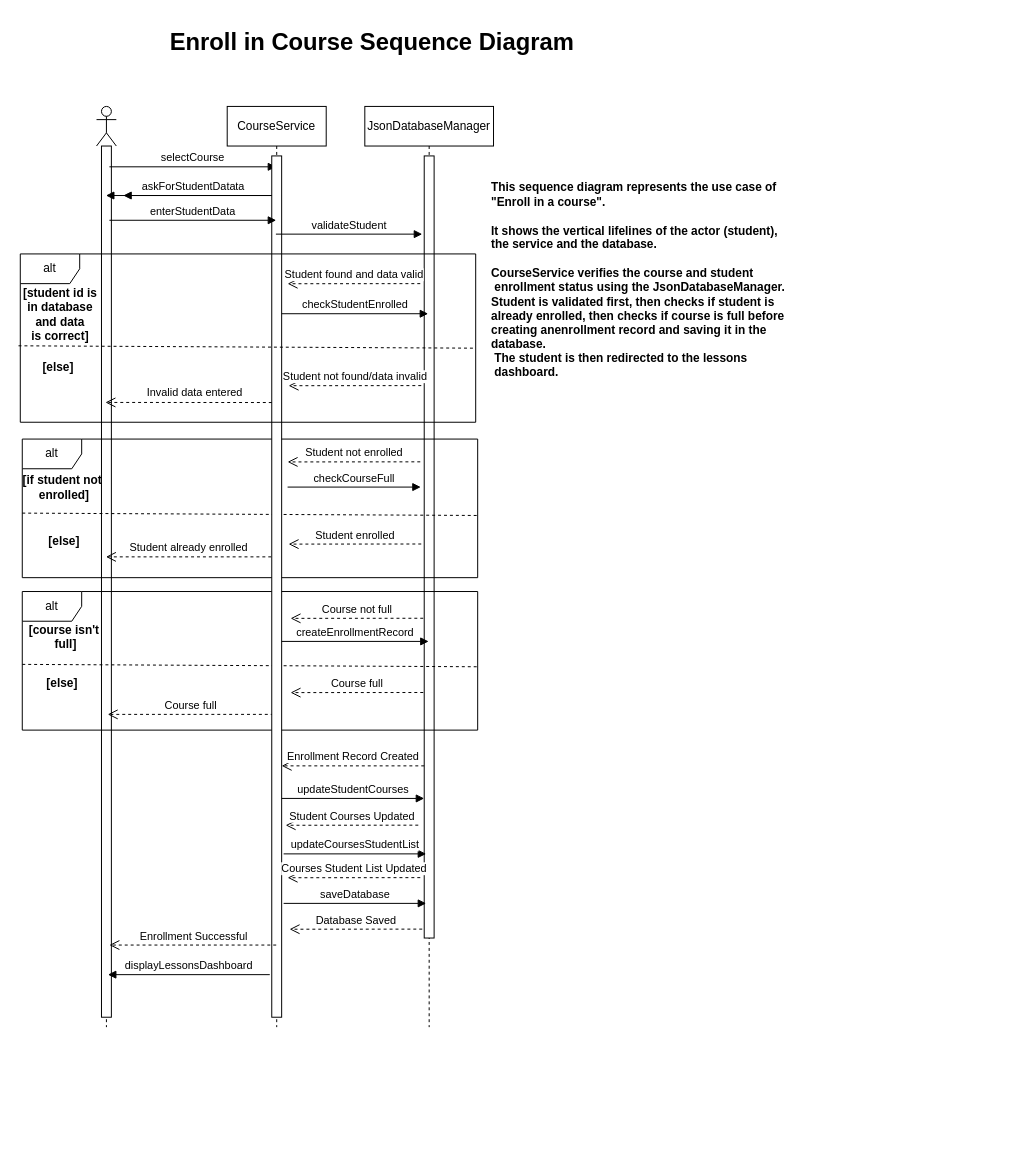
Before: sequenceDiagram.drawio in catray05/prog2_lab6, a draw.io diagram. Source tidied: cells renumbered, new cells numbered last; positions are measured from the earlier drawing's top-left corner, leaving out a move shared by most shapes. Both pictures are drawn from the tidied source at 99%, with x=0, y=0 at pixel (18, 17).
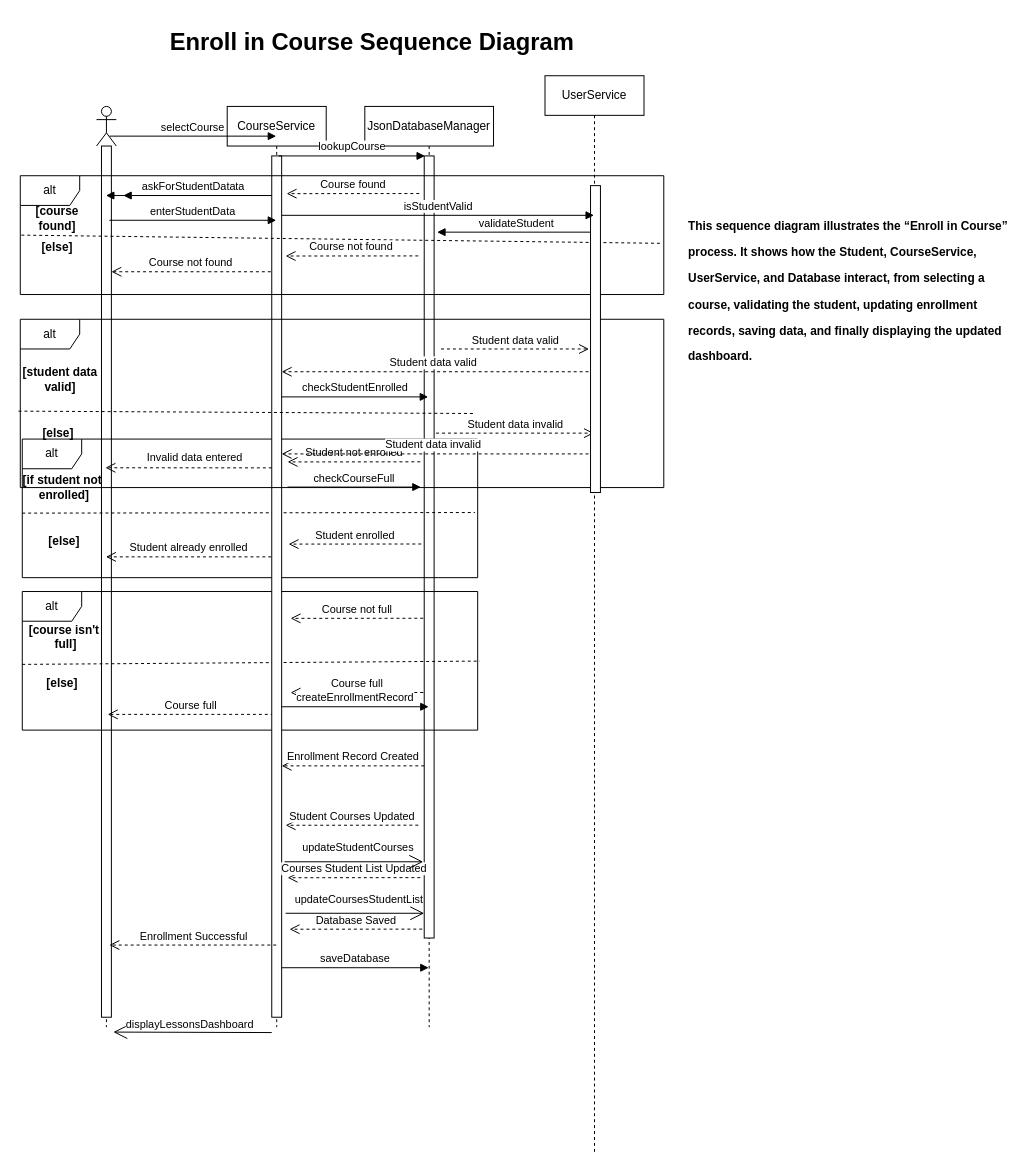
Above is the later version.

Unchanged cells that the change refers to:
```xml
<mxCell id="4" value="CourseService" style="shape=umlLifeline;perimeter=lifelinePerimeter;whiteSpace=wrap;html=1;outlineConnect=0;portConstraint=eastwest;newEdgeStyle={&quot;curved&quot;:0,&quot;rounded&quot;:0};" parent="1" vertex="1">
  <mxGeometry x="211" y="90" width="100" height="930" as="geometry" />
</mxCell>
<mxCell id="10" value="alt" style="shape=umlFrame;whiteSpace=wrap;html=1;" parent="1" vertex="1">
  <mxGeometry x="4" y="580" width="460" height="140" as="geometry" />
</mxCell>
<mxCell id="15" value="alt" style="shape=umlFrame;whiteSpace=wrap;html=1;" parent="1" vertex="1">
  <mxGeometry x="4" y="426" width="460" height="140" as="geometry" />
</mxCell>
<mxCell id="22" style="html=1;points=[[0,0,0,0,5],[0,1,0,0,-5],[1,0,0,0,5],[1,1,0,0,-5]];perimeter=orthogonalPerimeter;outlineConnect=0;targetShapes=umlLifeline;portConstraint=eastwest;newEdgeStyle={&quot;curved&quot;:0,&quot;rounded&quot;:0};" parent="1" vertex="1">
  <mxGeometry x="256" y="140" width="10" height="870" as="geometry" />
</mxCell>
```

What changed in the source:
```diff
@@
-    <mxCell id="7" value="selectCourse" style="html=1;verticalAlign=bottom;endArrow=block;curved=0;rounded=0;" parent="1" edge="1" target="4">
+    <mxCell id="7" value="selectCourse" style="html=1;verticalAlign=bottom;endArrow=block;curved=0;rounded=0;" parent="1" edge="1">
       <mxGeometry relative="1" as="geometry">
-        <mxPoint x="92" y="151" as="sourcePoint" />
+        <mxPoint x="92" y="120" as="sourcePoint" />
+        <mxPoint x="260.5" y="120" as="targetPoint" />
       </mxGeometry>
     </mxCell>
@@
-    <mxCell id="11" style="endArrow=none;dashed=1;html=1;rounded=0;exitX=0;exitY=0.483;exitDx=0;exitDy=0;exitPerimeter=0;entryX=1.004;entryY=0.5;entryDx=0;entryDy=0;entryPerimeter=0;" parent="1" edge="1">
+    <mxCell id="11" style="endArrow=none;dashed=1;html=1;rounded=0;exitX=0;exitY=0.483;exitDx=0;exitDy=0;exitPerimeter=0;entryX=1.005;entryY=0.502;entryDx=0;entryDy=0;entryPerimeter=0;" parent="1" edge="1" target="10">
       <mxGeometry relative="1" as="geometry">
         <mxPoint x="4" y="653.6" as="sourcePoint" />
-        <mxPoint x="465.8" y="656" as="targetPoint" />
       </mxGeometry>
     </mxCell>
@@
-    <mxCell id="16" style="endArrow=none;dashed=1;html=1;rounded=0;exitX=0;exitY=0.483;exitDx=0;exitDy=0;exitPerimeter=0;entryX=1.004;entryY=0.5;entryDx=0;entryDy=0;entryPerimeter=0;" parent="1" edge="1">
+    <mxCell id="16" style="endArrow=none;dashed=1;html=1;rounded=0;exitX=0;exitY=0.483;exitDx=0;exitDy=0;exitPerimeter=0;entryX=0.994;entryY=0.53;entryDx=0;entryDy=0;entryPerimeter=0;" parent="1" edge="1" target="15">
       <mxGeometry relative="1" as="geometry">
         <mxPoint x="4" y="500.8" as="sourcePoint" />
-        <mxPoint x="465.8" y="503.2" as="targetPoint" />
       </mxGeometry>
     </mxCell>
@@
-    <mxCell id="25" value="updateStudentCourses" style="html=1;verticalAlign=bottom;endArrow=block;curved=0;rounded=0;" parent="1" edge="1">
-      <mxGeometry relative="1" as="geometry">
-        <mxPoint x="266" y="789" as="sourcePoint" />
-        <mxPoint x="410" y="789" as="targetPoint" />
-      </mxGeometry>
-    </mxCell>
@@
-    <mxCell id="27" value="updateCoursesStudentList" style="html=1;verticalAlign=bottom;endArrow=block;curved=0;rounded=0;" parent="1" edge="1">
-      <mxGeometry relative="1" as="geometry">
-        <mxPoint x="268" y="845" as="sourcePoint" />
-        <mxPoint x="412" y="845" as="targetPoint" />
-      </mxGeometry>
-    </mxCell>
@@
-    <mxCell id="31" value="displayLessonsDashboard" style="html=1;verticalAlign=bottom;endArrow=block;curved=0;rounded=0;" parent="1" edge="1">
-      <mxGeometry relative="1" as="geometry">
-        <mxPoint x="254" y="967" as="sourcePoint" />
-        <mxPoint x="90.5" y="967" as="targetPoint" />
-      </mxGeometry>
-    </mxCell>
-    <mxCell id="32" value="saveDatabase" style="html=1;verticalAlign=bottom;endArrow=block;curved=0;rounded=0;" parent="1" edge="1">
-      <mxGeometry relative="1" as="geometry">
-        <mxPoint x="268" y="895" as="sourcePoint" />
-        <mxPoint x="412" y="895" as="targetPoint" />
-      </mxGeometry>
-    </mxCell>
@@
-    <mxCell id="34" value="This sequence diagram represents the use case of&lt;br&gt;&quot;Enroll in a course&quot;.&lt;div&gt;&lt;br&gt;&lt;/div&gt;&lt;div&gt;It shows the vertical lifelines of the actor (student),&amp;nbsp;&lt;br&gt;the service and the database.&lt;/div&gt;&lt;div&gt;&lt;br&gt;&lt;/div&gt;&lt;div&gt;CourseService verifies the course and student&lt;/div&gt;&lt;div&gt;&amp;nbsp;enrollment status using the JsonDatabaseManager.&lt;/div&gt;&lt;div&gt;&lt;span style=&quot;background-color: transparent; color: light-dark(rgb(0, 0, 0), rgb(255, 255, 255));&quot;&gt;Student is validated first, then checks if student is&lt;/span&gt;&lt;/div&gt;&lt;div&gt;&lt;span style=&quot;background-color: transparent; color: light-dark(rgb(0, 0, 0), rgb(255, 255, 255));&quot;&gt;already enrolled, then checks if course is full before&amp;nbsp;&lt;/span&gt;&lt;/div&gt;&lt;div&gt;&lt;span style=&quot;background-color: transparent; color: light-dark(rgb(0, 0, 0), rgb(255, 255, 255));&quot;&gt;creating anenrollment record and saving it in the&amp;nbsp;&lt;/span&gt;&lt;/div&gt;&lt;div&gt;&lt;span style=&quot;background-color: transparent; color: light-dark(rgb(0, 0, 0), rgb(255, 255, 255));&quot;&gt;database.&lt;/span&gt;&lt;/div&gt;&lt;div&gt;&amp;nbsp;The student is then redirected to the lessons&lt;/div&gt;&lt;div&gt;&amp;nbsp;dashboard.&lt;br&gt;&lt;br&gt;&lt;br&gt;&lt;/div&gt;" style="text;align=left;fontStyle=1;verticalAlign=middle;spacingLeft=3;spacingRight=3;strokeColor=none;html=1;" parent="1" vertex="1">
-      <mxGeometry x="473" y="150" width="329" height="260" as="geometry" />
+    <mxCell id="34" value="&lt;p&gt;This sequence diagram illustrates the &lt;strong&gt;“Enroll in Course”&lt;/strong&gt;&lt;/p&gt;&lt;p&gt;&lt;span style=&quot;background-color: transparent; color: light-dark(rgb(0, 0, 0), rgb(255, 255, 255));&quot;&gt;process. It shows how the &lt;/span&gt;&lt;strong style=&quot;background-color: transparent; color: light-dark(rgb(0, 0, 0), rgb(255, 255, 255));&quot;&gt;Student&lt;/strong&gt;&lt;span style=&quot;background-color: transparent; color: light-dark(rgb(0, 0, 0), rgb(255, 255, 255));&quot;&gt;, &lt;/span&gt;&lt;strong style=&quot;background-color: transparent; color: light-dark(rgb(0, 0, 0), rgb(255, 255, 255));&quot;&gt;CourseService&lt;/strong&gt;&lt;span style=&quot;background-color: transparent; color: light-dark(rgb(0, 0, 0), rgb(255, 255, 255));&quot;&gt;,&amp;nbsp;&lt;/span&gt;&lt;/p&gt;&lt;p&gt;&lt;strong style=&quot;background-color: transparent; color: light-dark(rgb(0, 0, 0), rgb(255, 255, 255));&quot;&gt;UserService&lt;/strong&gt;&lt;span style=&quot;background-color: transparent; color: light-dark(rgb(0, 0, 0), rgb(255, 255, 255));&quot;&gt;, and &lt;/span&gt;&lt;strong style=&quot;background-color: transparent; color: light-dark(rgb(0, 0, 0), rgb(255, 255, 255));&quot;&gt;Database&lt;/strong&gt;&lt;span style=&quot;background-color: transparent; color: light-dark(rgb(0, 0, 0), rgb(255, 255, 255));&quot;&gt; interact, from selecting a&amp;nbsp;&lt;/span&gt;&lt;/p&gt;&lt;p&gt;&lt;span style=&quot;background-color: transparent; color: light-dark(rgb(0, 0, 0), rgb(255, 255, 255));&quot;&gt;course, validating the student, updating enrollment&amp;nbsp;&lt;/span&gt;&lt;/p&gt;&lt;p&gt;&lt;span style=&quot;background-color: transparent; color: light-dark(rgb(0, 0, 0), rgb(255, 255, 255));&quot;&gt;records, saving data, and finally displaying the updated&amp;nbsp;&lt;/span&gt;&lt;/p&gt;&lt;p&gt;&lt;span style=&quot;background-color: transparent; color: light-dark(rgb(0, 0, 0), rgb(255, 255, 255));&quot;&gt;dashboard.&lt;/span&gt;&lt;/p&gt;" style="text;align=left;fontStyle=1;verticalAlign=middle;spacingLeft=3;spacingRight=3;strokeColor=none;html=1;" parent="1" vertex="1">
+      <mxGeometry x="672" y="147" width="329" height="260" as="geometry" />
     </mxCell>
     <mxCell id="35" value="alt" style="shape=umlFrame;whiteSpace=wrap;html=1;" parent="1" vertex="1">
-      <mxGeometry x="2" y="239" width="460" height="170" as="geometry" />
+      <mxGeometry x="2" y="305" width="650" height="170" as="geometry" />
     </mxCell>
-    <mxCell id="36" style="endArrow=none;dashed=1;html=1;rounded=0;exitX=0;exitY=0.483;exitDx=0;exitDy=0;exitPerimeter=0;entryX=1.004;entryY=0.5;entryDx=0;entryDy=0;entryPerimeter=0;" parent="1" edge="1">
+    <mxCell id="36" style="endArrow=none;dashed=1;html=1;rounded=0;exitX=0;exitY=0.483;exitDx=0;exitDy=0;exitPerimeter=0;entryX=0.989;entryY=0.549;entryDx=0;entryDy=0;entryPerimeter=0;" parent="1" edge="1">
       <mxGeometry relative="1" as="geometry">
-        <mxPoint x="0.2" y="331.8" as="sourcePoint" />
-        <mxPoint x="462" y="334.2" as="targetPoint" />
+        <mxPoint x="0.2" y="397.8" as="sourcePoint" />
+        <mxPoint x="462" y="400.2" as="targetPoint" />
       </mxGeometry>
     </mxCell>
+    <mxCell id="38" value="[student data&lt;div&gt;valid]&lt;/div&gt;" style="text;align=center;fontStyle=1;verticalAlign=middle;spacingLeft=3;spacingRight=3;strokeColor=none;html=1;" parent="1" vertex="1">
+      <mxGeometry x="2" y="353" width="80" height="26" as="geometry" />
+    </mxCell>
@@
-    <mxCell id="38" value="[student id is&lt;div&gt;in database&lt;/div&gt;&lt;div&gt;and data&lt;/div&gt;&lt;div&gt;is correct]&lt;/div&gt;" style="text;align=center;fontStyle=1;verticalAlign=middle;spacingLeft=3;spacingRight=3;strokeColor=none;html=1;" parent="1" vertex="1">
-      <mxGeometry x="2" y="287" width="80" height="26" as="geometry" />
-    </mxCell>
     <mxCell id="39" value="[else]" style="text;align=center;fontStyle=1;verticalAlign=middle;spacingLeft=3;spacingRight=3;strokeColor=none;html=1;" parent="1" vertex="1">
-      <mxGeometry y="341" width="80" height="26" as="geometry" />
+      <mxGeometry y="407" width="80" height="26" as="geometry" />
     </mxCell>
     <mxCell id="40" value="validateStudent" style="html=1;verticalAlign=bottom;endArrow=block;curved=0;rounded=0;" parent="1" edge="1">
       <mxGeometry relative="1" as="geometry">
-        <mxPoint x="260.2" y="219" as="sourcePoint" />
-        <mxPoint x="408" y="219" as="targetPoint" />
+        <mxPoint x="581.5" y="217" as="sourcePoint" />
+        <mxPoint x="423" y="217" as="targetPoint" />
       </mxGeometry>
     </mxCell>
-    <mxCell id="41" value="Student found and data valid" style="html=1;verticalAlign=bottom;endArrow=open;dashed=1;endSize=8;curved=0;rounded=0;entryX=0.5;entryY=0.367;entryDx=0;entryDy=0;entryPerimeter=0;" parent="1" edge="1">
-      <mxGeometry relative="1" as="geometry">
-        <mxPoint x="406" y="269" as="sourcePoint" />
-        <mxPoint x="272" y="269.1" as="targetPoint" />
+    <mxCell id="41" value="Student data valid" style="html=1;verticalAlign=bottom;endArrow=open;dashed=1;endSize=8;curved=0;rounded=0;" parent="1" edge="1">
+      <mxGeometry x="0.01" relative="1" as="geometry">
+        <mxPoint x="427" y="335" as="sourcePoint" />
+        <mxPoint x="576.5" y="335" as="targetPoint" />
       </mxGeometry>
     </mxCell>
-    <mxCell id="42" value="Student not found/data invalid" style="html=1;verticalAlign=bottom;endArrow=open;dashed=1;endSize=8;curved=0;rounded=0;entryX=0.5;entryY=0.367;entryDx=0;entryDy=0;entryPerimeter=0;" parent="1" edge="1">
+    <mxCell id="42" value="Student data invalid" style="html=1;verticalAlign=bottom;endArrow=open;dashed=1;endSize=8;curved=0;rounded=0;" parent="1" edge="1">
       <mxGeometry relative="1" as="geometry">
-        <mxPoint x="407" y="372" as="sourcePoint" />
-        <mxPoint x="273" y="372.1" as="targetPoint" />
+        <mxPoint x="422" y="420" as="sourcePoint" />
+        <mxPoint x="581.5" y="420" as="targetPoint" />
       </mxGeometry>
     </mxCell>
     <mxCell id="43" value="checkStudentEnrolled" style="html=1;verticalAlign=bottom;endArrow=block;curved=0;rounded=0;" parent="1" edge="1">
       <mxGeometry relative="1" as="geometry">
-        <mxPoint x="266" y="299.4" as="sourcePoint" />
-        <mxPoint x="414" y="299.4" as="targetPoint" />
+        <mxPoint x="266" y="383.4" as="sourcePoint" />
+        <mxPoint x="414" y="383.4" as="targetPoint" />
       </mxGeometry>
     </mxCell>
     <mxCell id="44" style="html=1;verticalAlign=bottom;endArrow=open;dashed=1;endSize=8;curved=0;rounded=0;" parent="1" edge="1">
       <mxGeometry relative="1" as="geometry">
-        <mxPoint x="256" y="389.1" as="sourcePoint" />
-        <mxPoint x="88" y="389" as="targetPoint" />
+        <mxPoint x="256" y="455.1" as="sourcePoint" />
+        <mxPoint x="88" y="455" as="targetPoint" />
       </mxGeometry>
     </mxCell>
@@
+    <mxCell id="48" value="createEnrollmentRecord" style="html=1;verticalAlign=bottom;endArrow=block;curved=0;rounded=0;" parent="1" edge="1">
+      <mxGeometry relative="1" as="geometry">
+        <mxPoint x="266" y="696.4" as="sourcePoint" />
+        <mxPoint x="414.5" y="696.4" as="targetPoint" />
+      </mxGeometry>
+    </mxCell>
@@
+    <mxCell id="49" value="alt" style="shape=umlFrame;whiteSpace=wrap;html=1;" parent="1" vertex="1">
+      <mxGeometry x="2" y="160" width="650" height="120" as="geometry" />
+    </mxCell>
@@
-    <mxCell id="48" value="createEnrollmentRecord" style="html=1;verticalAlign=bottom;endArrow=block;curved=0;rounded=0;" parent="1" edge="1">
-      <mxGeometry relative="1" as="geometry">
-        <mxPoint x="266" y="630.4" as="sourcePoint" />
-        <mxPoint x="414.5" y="630.4" as="targetPoint" />
-      </mxGeometry>
-    </mxCell>
+    <mxCell id="50" style="endArrow=none;dashed=1;html=1;rounded=0;exitX=0;exitY=0.483;exitDx=0;exitDy=0;exitPerimeter=0;entryX=0.995;entryY=0.569;entryDx=0;entryDy=0;entryPerimeter=0;" parent="1" edge="1" target="49">
+      <mxGeometry relative="1" as="geometry">
+        <mxPoint x="3.1" y="220" as="sourcePoint" />
+      </mxGeometry>
+    </mxCell>
+    <mxCell id="51" value="[course&lt;div&gt;&lt;span style=&quot;background-color: transparent; color: light-dark(rgb(0, 0, 0), rgb(255, 255, 255));&quot;&gt;found]&lt;/span&gt;&lt;/div&gt;" style="text;align=center;fontStyle=1;verticalAlign=middle;spacingLeft=3;spacingRight=3;strokeColor=none;html=1;" parent="1" vertex="1">
+      <mxGeometry x="-1" y="190" width="80" height="26" as="geometry" />
+    </mxCell>
+    <mxCell id="52" value="[else]" style="text;align=center;fontStyle=1;verticalAlign=middle;spacingLeft=3;spacingRight=3;strokeColor=none;html=1;" parent="1" vertex="1">
+      <mxGeometry x="-1" y="220" width="80" height="26" as="geometry" />
+    </mxCell>
+    <mxCell id="53" value="lookupCourse" style="html=1;verticalAlign=bottom;endArrow=block;curved=0;rounded=0;" parent="1" edge="1">
+      <mxGeometry relative="1" as="geometry">
+        <mxPoint x="263" y="140" as="sourcePoint" />
+        <mxPoint x="410.8" y="140" as="targetPoint" />
+      </mxGeometry>
+    </mxCell>
+    <mxCell id="54" value="Course found" style="html=1;verticalAlign=bottom;endArrow=open;dashed=1;endSize=8;curved=0;rounded=0;entryX=0.5;entryY=0.367;entryDx=0;entryDy=0;entryPerimeter=0;" parent="1" edge="1">
+      <mxGeometry relative="1" as="geometry">
+        <mxPoint x="405" y="178" as="sourcePoint" />
+        <mxPoint x="271" y="178.1" as="targetPoint" />
+      </mxGeometry>
+    </mxCell>
+    <mxCell id="55" value="Course not found" style="html=1;verticalAlign=bottom;endArrow=open;dashed=1;endSize=8;curved=0;rounded=0;entryX=0.5;entryY=0.367;entryDx=0;entryDy=0;entryPerimeter=0;" parent="1" edge="1">
+      <mxGeometry x="0.01" relative="1" as="geometry">
+        <mxPoint x="404" y="241" as="sourcePoint" />
+        <mxPoint x="270" y="241.1" as="targetPoint" />
+      </mxGeometry>
+    </mxCell>
+    <mxCell id="56" value="Course not found" style="html=1;verticalAlign=bottom;endArrow=open;dashed=1;endSize=8;curved=0;rounded=0;" parent="1" edge="1">
+      <mxGeometry relative="1" as="geometry">
+        <mxPoint x="255" y="257" as="sourcePoint" />
+        <mxPoint x="94" y="257" as="targetPoint" />
+      </mxGeometry>
+    </mxCell>
+    <mxCell id="57" style="endArrow=open;endFill=1;endSize=12;html=1;rounded=0;entryX=0.2;entryY=0.828;entryDx=0;entryDy=0;entryPerimeter=0;" parent="1" edge="1">
+      <mxGeometry relative="1" as="geometry">
+        <mxPoint x="269" y="853" as="sourcePoint" />
+        <mxPoint x="409" y="853" as="targetPoint" />
+      </mxGeometry>
+    </mxCell>
+    <mxCell id="25" value="updateStudentCourses" style="edgeLabel;html=1;align=center;verticalAlign=middle;" parent="57" vertex="1">
+      <mxGeometry x="0.04" y="3" relative="1" as="geometry">
+        <mxPoint y="-12" as="offset" />
+      </mxGeometry>
+    </mxCell>
+    <mxCell id="58" style="endArrow=open;endFill=1;endSize=12;html=1;rounded=0;entryX=0.2;entryY=0.828;entryDx=0;entryDy=0;entryPerimeter=0;" parent="1" edge="1">
+      <mxGeometry relative="1" as="geometry">
+        <mxPoint x="270" y="905" as="sourcePoint" />
+        <mxPoint x="410" y="905" as="targetPoint" />
+      </mxGeometry>
+    </mxCell>
+    <mxCell id="27" value="updateCoursesStudentList" style="edgeLabel;html=1;align=center;verticalAlign=middle;" parent="58" vertex="1">
+      <mxGeometry x="0.04" y="3" relative="1" as="geometry">
+        <mxPoint y="-12" as="offset" />
+      </mxGeometry>
+    </mxCell>
+    <mxCell id="59" style="endArrow=open;endFill=1;endSize=12;html=1;rounded=0;entryX=0.65;entryY=0.845;entryDx=0;entryDy=0;entryPerimeter=0;" parent="1" edge="1">
+      <mxGeometry relative="1" as="geometry">
+        <mxPoint x="256" y="1025.5" as="sourcePoint" />
+        <mxPoint x="96" y="1025" as="targetPoint" />
+      </mxGeometry>
+    </mxCell>
+    <mxCell id="31" value="displayLessonsDashboard" style="edgeLabel;html=1;align=center;verticalAlign=middle;" parent="59" vertex="1">
+      <mxGeometry x="0.04" y="3" relative="1" as="geometry">
+        <mxPoint y="-12" as="offset" />
+      </mxGeometry>
+    </mxCell>
+    <mxCell id="60" value="UserService" style="shape=umlLifeline;perimeter=lifelinePerimeter;whiteSpace=wrap;html=1;outlineConnect=0;portConstraint=eastwest;newEdgeStyle={&quot;curved&quot;:0,&quot;rounded&quot;:0};" parent="1" vertex="1">
+      <mxGeometry x="532" y="59" width="100" height="1090" as="geometry" />
+    </mxCell>
+    <mxCell id="61" style="html=1;perimeter=orthogonalPerimeter;targetShapes=umlLifeline;newEdgeStyle={&quot;curved&quot;:0,&quot;rounded&quot;:0};" parent="1" vertex="1">
+      <mxGeometry x="578" y="170" width="10" height="310" as="geometry" />
+    </mxCell>
+    <mxCell id="62" value="isStudentValid" style="html=1;verticalAlign=bottom;endArrow=block;curved=0;rounded=0;" parent="1" edge="1" target="60">
+      <mxGeometry relative="1" as="geometry">
+        <mxPoint x="266" y="200" as="sourcePoint" />
+      </mxGeometry>
+    </mxCell>
+    <mxCell id="63" value="Student data valid" style="html=1;verticalAlign=bottom;endArrow=open;dashed=1;endSize=8;curved=0;rounded=0;" parent="1" edge="1" target="22">
+      <mxGeometry x="0.01" relative="1" as="geometry">
+        <mxPoint x="576" y="358" as="sourcePoint" />
+      </mxGeometry>
+    </mxCell>
+    <mxCell id="64" value="Student data invalid" style="html=1;verticalAlign=bottom;endArrow=open;dashed=1;endSize=8;curved=0;rounded=0;" parent="1" edge="1">
+      <mxGeometry x="0.01" relative="1" as="geometry">
+        <mxPoint x="576" y="441" as="sourcePoint" />
+        <mxPoint x="266" y="441" as="targetPoint" />
+      </mxGeometry>
+    </mxCell>
+    <mxCell id="32" value="saveDatabase" style="html=1;verticalAlign=bottom;endArrow=block;curved=0;rounded=0;" parent="1" edge="1">
+      <mxGeometry relative="1" as="geometry">
+        <mxPoint x="266" y="960" as="sourcePoint" />
+        <mxPoint x="414.5" y="960" as="targetPoint" />
+      </mxGeometry>
+    </mxCell>
```
